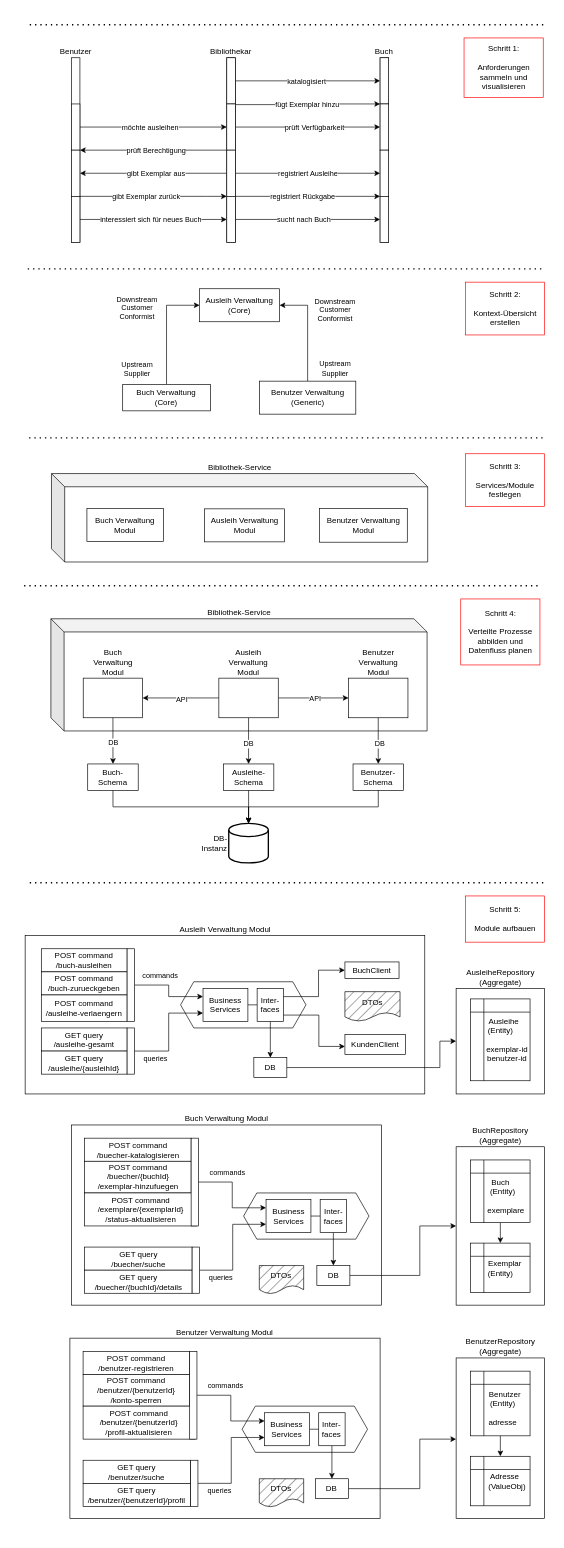
Before: images/software-architecture-guide-example.drawio in coc-university/software-architecture-guide, a draw.io diagram. Source tidied: cells renumbered, new cells numbered last; positions are measured from the earlier drawing's top-left corner, leaving out a move shared by most shapes. Both pictures are drawn from the tidied source at 66%, with x=0, y=0 at pixel (24, 24).
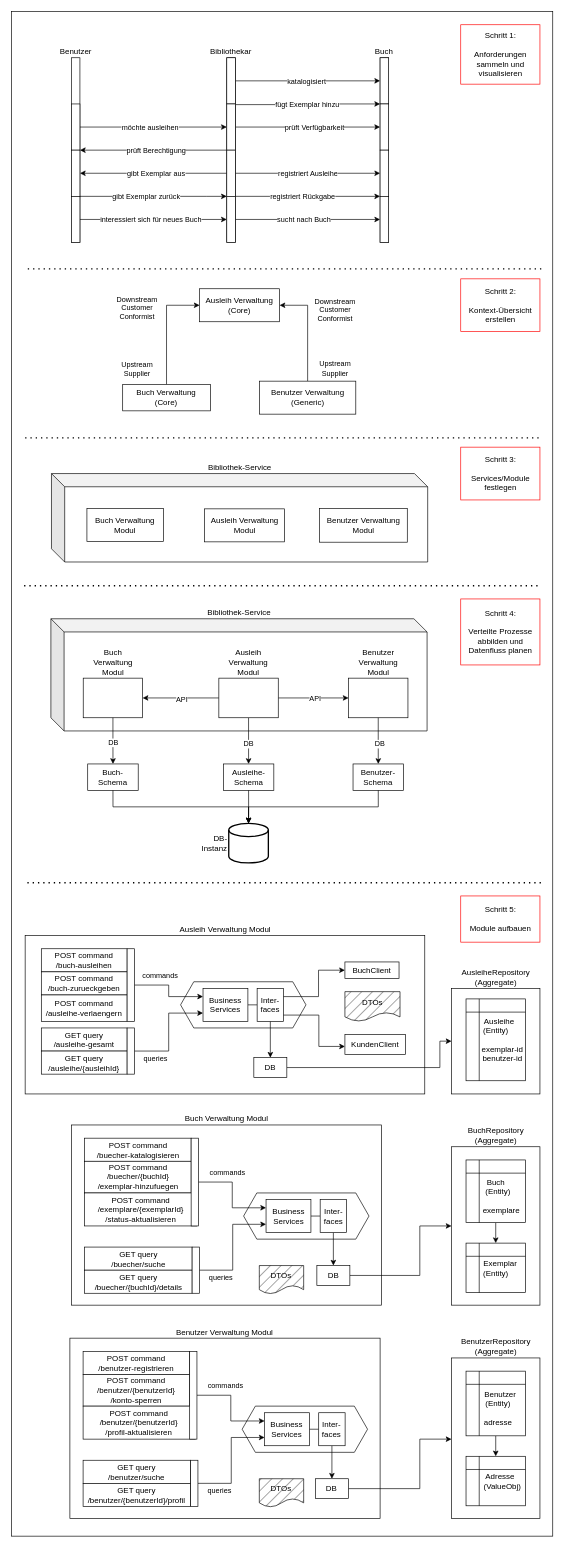
After the change.

Change to the diagram source:
```diff
@@
+    <mxCell id="156" style="rounded=0;whiteSpace=wrap;html=1;" parent="1" vertex="1">
+      <mxGeometry x="-19" y="-20" width="820" height="2310" as="geometry" />
+    </mxCell>
@@
-    <mxCell id="3" style="endArrow=none;dashed=1;html=1;dashPattern=1 3;strokeWidth=2;rounded=0;" parent="1" edge="1">
-      <mxGeometry relative="1" as="geometry">
-        <mxPoint x="8.6" as="sourcePoint" />
-        <mxPoint x="788.6" as="targetPoint" />
-      </mxGeometry>
-    </mxCell>
     <mxCell id="4" style="endArrow=none;dashed=1;html=1;dashPattern=1 3;strokeWidth=2;rounded=0;" parent="1" edge="1">
       <mxGeometry relative="1" as="geometry">
-        <mxPoint x="7.6" y="626" as="sourcePoint" />
-        <mxPoint x="787.6" y="626" as="targetPoint" />
+        <mxPoint x="1.6" y="626" as="sourcePoint" />
+        <mxPoint x="781.6" y="626" as="targetPoint" />
       </mxGeometry>
     </mxCell>
@@
     <mxCell id="6" value="&lt;div&gt;Schritt 1:&lt;/div&gt;&lt;div&gt;&lt;br&gt;&lt;/div&gt;Anforderungen sammeln und visualisieren" style="rounded=0;whiteSpace=wrap;html=1;strokeColor=#FF0000;" parent="1" vertex="1">
-      <mxGeometry x="666.6" y="20" width="120" height="90" as="geometry" />
+      <mxGeometry x="661.6" width="120" height="90" as="geometry" />
     </mxCell>
     <mxCell id="7" value="&lt;div&gt;Schritt 2:&lt;/div&gt;&lt;div&gt;&lt;br&gt;&lt;/div&gt;Kontext-Übersicht erstellen" style="rounded=0;whiteSpace=wrap;html=1;strokeColor=#FF0000;" parent="1" vertex="1">
-      <mxGeometry x="668.6" y="390" width="120" height="80" as="geometry" />
+      <mxGeometry x="661.6" y="385" width="120" height="80" as="geometry" />
     </mxCell>
     <mxCell id="8" value="Schritt 3:&lt;div&gt;&lt;br&gt;&lt;div&gt;Services/Module&lt;div&gt;festlegen&lt;/div&gt;&lt;/div&gt;&lt;/div&gt;" style="rounded=0;whiteSpace=wrap;html=1;strokeColor=#FF0000;" parent="1" vertex="1">
-      <mxGeometry x="668.6" y="650" width="120" height="80" as="geometry" />
+      <mxGeometry x="661.6" y="640" width="120" height="80" as="geometry" />
     </mxCell>
@@
     <mxCell id="87" value="&lt;span style=&quot;background-color: transparent; color: light-dark(rgb(0, 0, 0), rgb(255, 255, 255));&quot;&gt;AusleiheRepository&lt;/span&gt;&lt;div&gt;&lt;span style=&quot;background-color: transparent; color: light-dark(rgb(0, 0, 0), rgb(255, 255, 255));&quot;&gt;(&lt;/span&gt;&lt;span style=&quot;background-color: transparent; color: light-dark(rgb(0, 0, 0), rgb(255, 255, 255));&quot;&gt;Aggregate&lt;/span&gt;&lt;span style=&quot;background-color: transparent; color: light-dark(rgb(0, 0, 0), rgb(255, 255, 255));&quot;&gt;)&lt;/span&gt;&lt;/div&gt;" style="rounded=0;whiteSpace=wrap;html=1;labelPosition=center;verticalLabelPosition=top;align=center;verticalAlign=bottom;" parent="1" vertex="1">
-      <mxGeometry x="654.6" y="1460" width="134" height="160" as="geometry" />
+      <mxGeometry x="647.6" y="1460" width="134" height="160" as="geometry" />
     </mxCell>
     <mxCell id="88" value="&amp;nbsp; &amp;nbsp;Ausleihe&lt;div&gt;(Entity)&lt;/div&gt;&lt;div&gt;&lt;br&gt;&lt;/div&gt;&lt;div&gt;&amp;nbsp; &amp;nbsp; &amp;nbsp; exemplar-id&lt;/div&gt;&lt;div&gt;&amp;nbsp; &amp;nbsp; &amp;nbsp; benutzer-id&lt;/div&gt;" style="shape=internalStorage;whiteSpace=wrap;html=1;backgroundOutline=1;" parent="1" vertex="1">
-      <mxGeometry x="676.6" y="1476" width="90" height="124" as="geometry" />
+      <mxGeometry x="669.6" y="1476" width="90" height="124" as="geometry" />
     </mxCell>
     <mxCell id="89" value="&lt;span style=&quot;background-color: transparent; color: light-dark(rgb(0, 0, 0), rgb(255, 255, 255));&quot;&gt;BuchRepository&lt;/span&gt;&lt;div&gt;&lt;span style=&quot;background-color: transparent; color: light-dark(rgb(0, 0, 0), rgb(255, 255, 255));&quot;&gt;(&lt;/span&gt;&lt;span style=&quot;background-color: transparent; color: light-dark(rgb(0, 0, 0), rgb(255, 255, 255));&quot;&gt;Aggregate&lt;/span&gt;&lt;span style=&quot;background-color: transparent; color: light-dark(rgb(0, 0, 0), rgb(255, 255, 255));&quot;&gt;)&lt;/span&gt;&lt;/div&gt;" style="rounded=0;whiteSpace=wrap;html=1;labelPosition=center;verticalLabelPosition=top;align=center;verticalAlign=bottom;" parent="1" vertex="1">
-      <mxGeometry x="654.6" y="1700" width="134" height="240" as="geometry" />
+      <mxGeometry x="647.6" y="1700" width="134" height="240" as="geometry" />
     </mxCell>
     <mxCell id="90" value="&amp;nbsp; &amp;nbsp; Exemplar&lt;div&gt;(Entity)&lt;/div&gt;" style="shape=internalStorage;whiteSpace=wrap;html=1;backgroundOutline=1;" parent="1" vertex="1">
-      <mxGeometry x="676.6" y="1846" width="90" height="75" as="geometry" />
+      <mxGeometry x="669.6" y="1846" width="90" height="75" as="geometry" />
     </mxCell>
@@
     <mxCell id="92" value="&lt;div&gt;&lt;br&gt;&lt;/div&gt;Buch&lt;div&gt;&amp;nbsp; (Entity)&lt;/div&gt;&lt;div&gt;&lt;br&gt;&lt;/div&gt;&lt;div&gt;&amp;nbsp; &amp;nbsp; &amp;nbsp;exemplare&lt;/div&gt;" style="shape=internalStorage;whiteSpace=wrap;html=1;backgroundOutline=1;" parent="1" vertex="1">
-      <mxGeometry x="676.6" y="1720" width="90" height="95" as="geometry" />
+      <mxGeometry x="669.6" y="1720" width="90" height="95" as="geometry" />
     </mxCell>
     <mxCell id="93" value="&lt;span style=&quot;background-color: transparent; color: light-dark(rgb(0, 0, 0), rgb(255, 255, 255));&quot;&gt;BenutzerRepository&lt;/span&gt;&lt;div&gt;&lt;span style=&quot;background-color: transparent; color: light-dark(rgb(0, 0, 0), rgb(255, 255, 255));&quot;&gt;(&lt;/span&gt;&lt;span style=&quot;background-color: transparent; color: light-dark(rgb(0, 0, 0), rgb(255, 255, 255));&quot;&gt;Aggregate&lt;/span&gt;&lt;span style=&quot;background-color: transparent; color: light-dark(rgb(0, 0, 0), rgb(255, 255, 255));&quot;&gt;)&lt;/span&gt;&lt;/div&gt;" style="rounded=0;whiteSpace=wrap;html=1;labelPosition=center;verticalLabelPosition=top;align=center;verticalAlign=bottom;" parent="1" vertex="1">
-      <mxGeometry x="654.6" y="2020" width="134" height="243" as="geometry" />
+      <mxGeometry x="647.6" y="2020" width="134" height="243" as="geometry" />
     </mxCell>
     <mxCell id="94" value="&amp;nbsp; &amp;nbsp; Adresse&lt;div&gt;&amp;nbsp; &amp;nbsp; &amp;nbsp; (Value&lt;span style=&quot;background-color: transparent; color: light-dark(rgb(0, 0, 0), rgb(255, 255, 255));&quot;&gt;Obj)&lt;/span&gt;&lt;/div&gt;" style="shape=internalStorage;whiteSpace=wrap;html=1;backgroundOutline=1;" parent="1" vertex="1">
-      <mxGeometry x="676.6" y="2169" width="90" height="75" as="geometry" />
+      <mxGeometry x="669.6" y="2169" width="90" height="75" as="geometry" />
     </mxCell>
@@
     <mxCell id="96" value="&amp;nbsp; &amp;nbsp;&amp;nbsp;&lt;div&gt;&amp;nbsp; &amp;nbsp; Benutzer&lt;div&gt;&amp;nbsp; (Entity)&lt;/div&gt;&lt;div&gt;&lt;br&gt;&lt;/div&gt;&lt;div&gt;&amp;nbsp; adresse&lt;/div&gt;&lt;/div&gt;" style="shape=internalStorage;whiteSpace=wrap;html=1;backgroundOutline=1;" parent="1" vertex="1">
-      <mxGeometry x="676.6" y="2040" width="90" height="98" as="geometry" />
+      <mxGeometry x="669.6" y="2040" width="90" height="98" as="geometry" />
     </mxCell>
@@
     <mxCell id="102" style="endArrow=none;dashed=1;html=1;dashPattern=1 3;strokeWidth=2;rounded=0;" parent="1" edge="1">
       <mxGeometry relative="1" as="geometry">
-        <mxPoint x="8.6" y="1300" as="sourcePoint" />
-        <mxPoint x="788.6" y="1300" as="targetPoint" />
+        <mxPoint x="5" y="1300" as="sourcePoint" />
+        <mxPoint x="785" y="1300" as="targetPoint" />
       </mxGeometry>
     </mxCell>
@@
     <mxCell id="115" value="&lt;div&gt;Schritt 5:&lt;/div&gt;&lt;div&gt;&lt;br&gt;&lt;/div&gt;Module aufbauen" style="rounded=0;whiteSpace=wrap;html=1;strokeColor=#FF0000;" parent="1" vertex="1">
-      <mxGeometry x="668.6" y="1320" width="120" height="70" as="geometry" />
+      <mxGeometry x="661.6" y="1320" width="120" height="70" as="geometry" />
     </mxCell>
```
